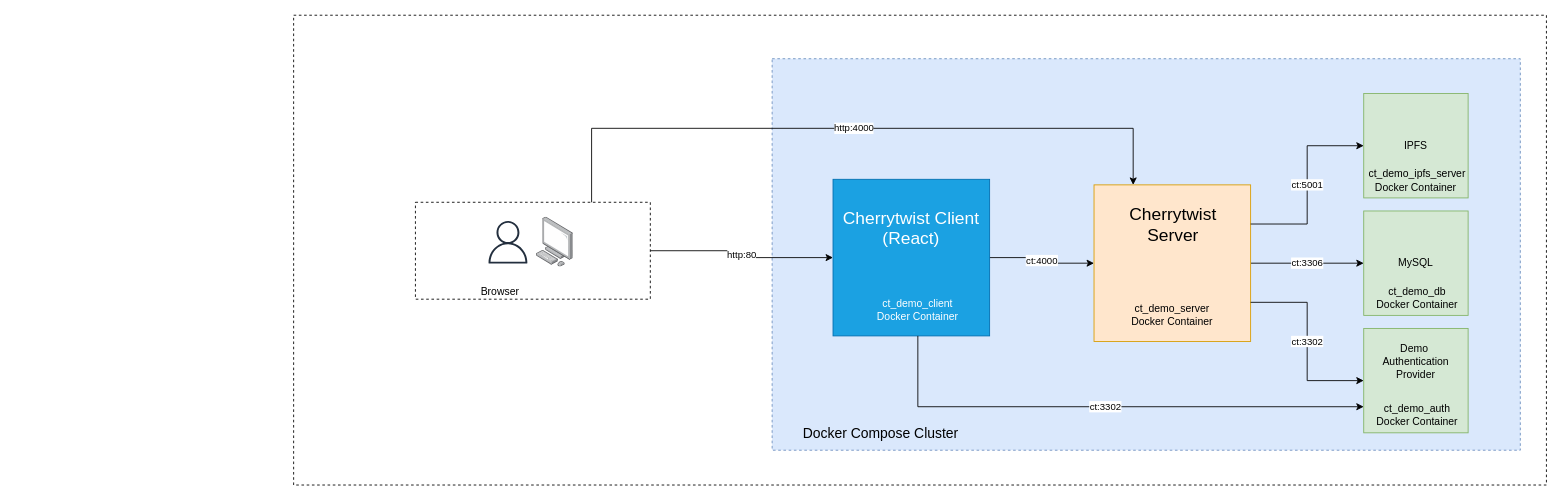
alkem-io/demo keeps this draw.io diagram as docs/diagrams/ComponentDiagram.drawio. Above is the earlier version. Source tidied: cells renumbered, new cells numbered last; positions are measured from the earlier drawing's top-left corner, leaving out a move shared by most shapes. Both pictures are drawn from the tidied source at 87%, with x=0, y=0 at pixel (293, 15).
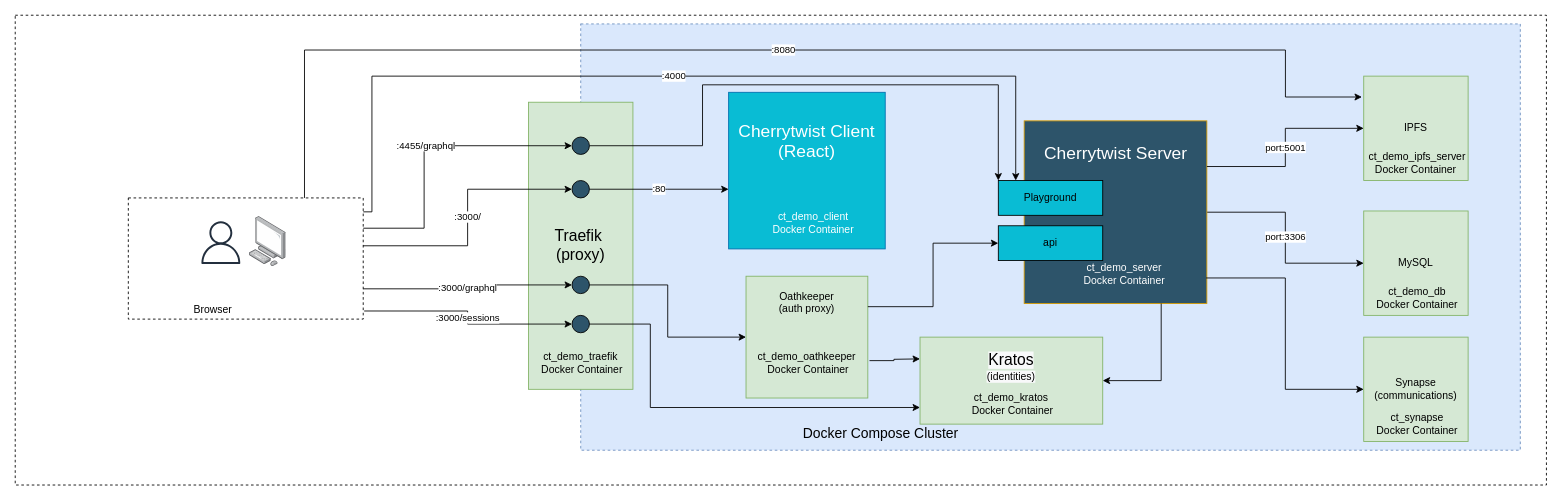
After the change.

Commit message (it also covers changes not shown here):
updated diagram overview of cluster; set timezone on traefik

The change refers to these unchanged cells:
```xml
<mxCell id="6" value="MySQL" style="whiteSpace=wrap;html=1;fillColor=#d5e8d4;strokeColor=#82b366;" parent="5" vertex="1">
  <mxGeometry width="120" height="120" as="geometry" />
</mxCell>
<mxCell id="22" value="IPFS" style="whiteSpace=wrap;html=1;fillColor=#d5e8d4;strokeColor=#82b366;" parent="21" vertex="1">
  <mxGeometry width="120" height="120" as="geometry" />
</mxCell>
<mxCell id="26" style="group;" parent="25" vertex="1">
  <mxGeometry x="30" y="-21.4" width="200" height="180" as="geometry" />
</mxCell>
<mxCell id="28" value="&lt;font color=&quot;#ffffff&quot;&gt;ct_demo_client&lt;br&gt;Docker Container&lt;/font&gt;" style="text;html=1;strokeColor=none;fillColor=none;align=center;verticalAlign=middle;whiteSpace=wrap;rounded=0;dashed=1;" parent="26" vertex="1">
  <mxGeometry y="120" width="195" height="60" as="geometry" />
</mxCell>
```

Change to the diagram source:
```diff
@@
     <mxCell id="2" style="rounded=0;whiteSpace=wrap;html=1;dashed=1;" parent="1" vertex="1">
-      <mxGeometry width="1440" height="540" as="geometry" />
+      <mxGeometry x="-320" width="1760" height="540" as="geometry" />
     </mxCell>
     <mxCell id="3" style="rounded=0;whiteSpace=wrap;html=1;dashed=1;fillColor=#dae8fc;strokeColor=#6c8ebf;" parent="1" vertex="1">
-      <mxGeometry x="550" y="50" width="860" height="450" as="geometry" />
+      <mxGeometry x="330" y="10" width="1080" height="490" as="geometry" />
     </mxCell>
+    <mxCell id="38" value="&lt;font style=&quot;font-size: 18px&quot;&gt;Traefik&amp;nbsp;&lt;br&gt;(proxy)&lt;/font&gt;" style="rounded=0;whiteSpace=wrap;html=1;strokeColor=#82b366;fillColor=#D5E8D4;" parent="1" vertex="1">
+      <mxGeometry x="270" y="100" width="120" height="330" as="geometry" />
+    </mxCell>
-    <mxCell id="4" value="ct:3306" style="edgeStyle=orthogonalEdgeStyle;rounded=0;jettySize=auto;html=1;" parent="1" edge="1" source="10" target="6">
+    <mxCell id="4" value="port:3306" style="edgeStyle=orthogonalEdgeStyle;rounded=0;jettySize=auto;html=1;" parent="1" edge="1" source="10" target="6">
       <mxGeometry relative="1" as="geometry" />
     </mxCell>
@@
     <mxCell id="8" style="group;" parent="1" vertex="1">
-      <mxGeometry x="920" y="195" width="190" height="180" as="geometry" />
+      <mxGeometry x="850" y="121.4" width="210" height="228.6" as="geometry" />
     </mxCell>
     <mxCell id="9" style="group;" parent="8" vertex="1">
-      <mxGeometry width="190" height="180" as="geometry" />
+      <mxGeometry width="210" height="228.6" as="geometry" />
     </mxCell>
-    <mxCell id="10" style="whiteSpace=wrap;html=1;fillColor=#ffe6cc;strokeColor=#d79b00;" parent="9" vertex="1">
-      <mxGeometry width="180" height="180" as="geometry" />
+    <mxCell id="10" style="whiteSpace=wrap;html=1;strokeColor=#d79b00;fillColor=#2d546a;" parent="9" vertex="1">
+      <mxGeometry x="-10.3" width="210" height="210" as="geometry" />
     </mxCell>
-    <mxCell id="11" value="ct_demo_server&lt;br&gt;Docker Container" style="text;html=1;strokeColor=none;fillColor=none;align=center;verticalAlign=middle;whiteSpace=wrap;rounded=0;dashed=1;" parent="9" vertex="1">
-      <mxGeometry x="30" y="130" width="120" height="40" as="geometry" />
+    <mxCell id="11" value="&lt;font color=&quot;#ffffff&quot;&gt;ct_demo_server&lt;br&gt;Docker Container&lt;/font&gt;" style="text;html=1;strokeColor=none;fillColor=none;align=center;verticalAlign=middle;whiteSpace=wrap;rounded=0;dashed=1;" parent="9" vertex="1">
+      <mxGeometry x="41.8" y="150" width="126.3" height="50.8" as="geometry" />
     </mxCell>
-    <mxCell id="12" value="&lt;div style=&quot;text-align: center&quot;&gt;&lt;span style=&quot;font-size: 20px ; font-family: &amp;#34;helvetica&amp;#34;&quot;&gt;Cherrytwist Server&lt;/span&gt;&lt;/div&gt;" style="text;whiteSpace=wrap;html=1;" parent="9" vertex="1">
-      <mxGeometry x="10" y="15" width="160" height="80" as="geometry" />
+    <mxCell id="12" value="&lt;div style=&quot;text-align: center&quot;&gt;&lt;span style=&quot;font-size: 20px ; font-family: &amp;#34;helvetica&amp;#34;&quot;&gt;&lt;font color=&quot;#ffffff&quot;&gt;Cherrytwist Server&lt;/font&gt;&lt;/span&gt;&lt;/div&gt;" style="text;whiteSpace=wrap;html=1;" parent="9" vertex="1">
+      <mxGeometry x="10.5" y="19" width="168.4" height="101.6" as="geometry" />
     </mxCell>
-    <mxCell id="13" value="ct:4000" style="edgeStyle=orthogonalEdgeStyle;rounded=0;jettySize=auto;html=1;entryX=0;entryY=0.5;entryDx=0;entryDy=0;exitX=1;exitY=0.5;exitDx=0;exitDy=0;" parent="1" edge="1" source="27" target="10">
-      <mxGeometry relative="1" as="geometry" />
-    </mxCell>
+    <mxCell id="39" value="Playground" style="rounded=0;whiteSpace=wrap;html=1;gradientColor=none;align=center;fillColor=#09BCD4;" parent="9" vertex="1">
+      <mxGeometry x="-40" y="68.6" width="120" height="40" as="geometry" />
+    </mxCell>
+    <mxCell id="40" value="api" style="rounded=0;whiteSpace=wrap;html=1;gradientColor=none;align=center;fillColor=#09BCD4;" parent="9" vertex="1">
+      <mxGeometry x="-40" y="120.6" width="120" height="40" as="geometry" />
+    </mxCell>
     <mxCell id="14" style="group;" parent="1" vertex="1">
-      <mxGeometry x="140" y="215" width="270" height="120" as="geometry" />
+      <mxGeometry x="-190" y="210" width="270" height="150" as="geometry" />
     </mxCell>
     <mxCell id="15" style="rounded=0;whiteSpace=wrap;html=1;dashed=1;" parent="14" vertex="1">
-      <mxGeometry width="270" height="111.4" as="geometry" />
+      <mxGeometry width="270" height="139.3" as="geometry" />
     </mxCell>
     <mxCell id="16" style="group;" parent="14" vertex="1">
-      <mxGeometry x="81.8" y="17.1" width="155.5" height="102.9" as="geometry" />
+      <mxGeometry x="81.8" y="21.4" width="155.5" height="128.6" as="geometry" />
     </mxCell>
     <mxCell id="17" style="fontColor=#232F3E;gradientColor=none;fillColor=#232F3E;strokeColor=none;dashed=0;verticalLabelPosition=bottom;verticalAlign=top;align=center;html=1;fontSize=12;fontStyle=0;shape=mxgraph.aws4.user;" parent="16" vertex="1">
-      <mxGeometry y="4.3" width="49.1" height="49.1" as="geometry" />
+      <mxGeometry y="5.4" width="49.1" height="49.1" as="geometry" />
     </mxCell>
@@
     <mxCell id="19" value="Browser" style="text;html=1;strokeColor=none;fillColor=none;align=center;verticalAlign=middle;whiteSpace=wrap;rounded=0;dashed=1;" parent="14" vertex="1">
-      <mxGeometry x="-8.2" y="85.7" width="211.4" height="34.3" as="geometry" />
+      <mxGeometry x="-8.2" y="107.1" width="211.4" height="42.9" as="geometry" />
     </mxCell>
-    <mxCell id="20" value="http:80" style="edgeStyle=orthogonalEdgeStyle;rounded=0;jettySize=auto;html=1;exitX=1;exitY=0.5;exitDx=0;exitDy=0;" parent="1" edge="1" source="15" target="27">
-      <mxGeometry relative="1" as="geometry" />
-    </mxCell>
     <mxCell id="21" style="group;" parent="1" vertex="1">
-      <mxGeometry x="1230" y="90" width="120" height="120" as="geometry" />
+      <mxGeometry x="1230" y="70" width="120" height="120" as="geometry" />
     </mxCell>
@@
-    <mxCell id="24" value="ct:5001" style="edgeStyle=orthogonalEdgeStyle;rounded=0;jettySize=auto;html=1;entryX=0;entryY=0.5;entryDx=0;entryDy=0;exitX=1;exitY=0.25;exitDx=0;exitDy=0;" parent="1" edge="1" source="10" target="22">
+    <mxCell id="24" value="port:5001" style="edgeStyle=orthogonalEdgeStyle;rounded=0;jettySize=auto;html=1;entryX=0;entryY=0.5;entryDx=0;entryDy=0;exitX=1;exitY=0.25;exitDx=0;exitDy=0;" parent="1" edge="1" source="10" target="22">
       <mxGeometry relative="1" as="geometry" />
     </mxCell>
     <mxCell id="25" style="group;" parent="1" vertex="1">
-      <mxGeometry x="590" y="210" width="240" height="180" as="geometry" />
+      <mxGeometry x="470" y="110" width="240" height="180" as="geometry" />
     </mxCell>
@@
-    <mxCell id="27" style="whiteSpace=wrap;html=1;fillColor=#1ba1e2;strokeColor=#006EAF;fontColor=#ffffff;" parent="26" vertex="1">
+    <mxCell id="27" style="whiteSpace=wrap;html=1;strokeColor=#006EAF;fontColor=#ffffff;fillColor=#09bcd4;" parent="26" vertex="1">
       <mxGeometry width="180" height="180" as="geometry" />
     </mxCell>
@@
-    <mxCell id="31" value="http:4000" style="edgeStyle=orthogonalEdgeStyle;rounded=0;jettySize=auto;html=1;exitX=0.75;exitY=0;exitDx=0;exitDy=0;entryX=0.25;entryY=0;entryDx=0;entryDy=0;" parent="1" edge="1" source="15" target="10">
+    <mxCell id="31" value=":4000" style="edgeStyle=orthogonalEdgeStyle;rounded=0;jettySize=auto;html=1;" parent="1" edge="1" source="15">
       <mxGeometry relative="1" as="geometry">
+        <mxPoint x="830" y="190" as="targetPoint" />
         <Array as="points">
-          <mxPoint x="343" y="130" />
-          <mxPoint x="965" y="130" />
+          <mxPoint x="90" y="226" />
+          <mxPoint x="90" y="70" />
+          <mxPoint x="830" y="70" />
+          <mxPoint x="830" y="190" />
         </Array>
       </mxGeometry>
     </mxCell>
     <mxCell id="32" style="group;" parent="1" vertex="1">
-      <mxGeometry x="1230" y="360" width="130" height="120" as="geometry" />
+      <mxGeometry x="530" y="300" width="130" height="140" as="geometry" />
     </mxCell>
     <mxCell id="33" style="whiteSpace=wrap;html=1;fillColor=#d5e8d4;strokeColor=#82b366;" parent="32" vertex="1">
-      <mxGeometry width="120" height="120" as="geometry" />
+      <mxGeometry x="-10" width="140" height="140" as="geometry" />
     </mxCell>
-    <mxCell id="34" value="&amp;nbsp;ct_demo_auth&lt;br&gt;&amp;nbsp;Docker Container" style="text;html=1;strokeColor=none;fillColor=none;align=center;verticalAlign=middle;whiteSpace=wrap;rounded=0;dashed=1;" parent="32" vertex="1">
+    <mxCell id="34" value="ct_demo_oathkeeper&lt;br&gt;&amp;nbsp;Docker Container" style="text;html=1;strokeColor=none;fillColor=none;align=center;verticalAlign=middle;whiteSpace=wrap;rounded=0;dashed=1;" parent="32" vertex="1">
       <mxGeometry y="80" width="120" height="40" as="geometry" />
     </mxCell>
-    <mxCell id="35" value="&lt;span style=&quot;color: rgb(0 , 0 , 0) ; font-family: &amp;#34;helvetica&amp;#34; ; font-size: 12px ; font-style: normal ; font-weight: 400 ; letter-spacing: normal ; text-indent: 0px ; text-transform: none ; word-spacing: 0px ; display: inline ; float: none&quot;&gt;Demo&amp;nbsp;&lt;/span&gt;&lt;br style=&quot;color: rgb(0 , 0 , 0) ; font-family: &amp;#34;helvetica&amp;#34; ; font-size: 12px ; font-style: normal ; font-weight: 400 ; letter-spacing: normal ; text-indent: 0px ; text-transform: none ; word-spacing: 0px&quot;&gt;&lt;span style=&quot;color: rgb(0 , 0 , 0) ; font-family: &amp;#34;helvetica&amp;#34; ; font-size: 12px ; font-style: normal ; font-weight: 400 ; letter-spacing: normal ; text-indent: 0px ; text-transform: none ; word-spacing: 0px ; display: inline ; float: none&quot;&gt;Authentication&lt;/span&gt;&lt;br style=&quot;color: rgb(0 , 0 , 0) ; font-family: &amp;#34;helvetica&amp;#34; ; font-size: 12px ; font-style: normal ; font-weight: 400 ; letter-spacing: normal ; text-indent: 0px ; text-transform: none ; word-spacing: 0px&quot;&gt;&lt;span style=&quot;color: rgb(0 , 0 , 0) ; font-family: &amp;#34;helvetica&amp;#34; ; font-size: 12px ; font-style: normal ; font-weight: 400 ; letter-spacing: normal ; text-indent: 0px ; text-transform: none ; word-spacing: 0px ; display: inline ; float: none&quot;&gt;Provider&lt;/span&gt;" style="text;whiteSpace=wrap;html=1;align=center;" parent="32" vertex="1">
+    <mxCell id="35" value="&lt;font face=&quot;helvetica&quot;&gt;Oathkeeper&lt;br&gt;(auth proxy)&lt;br&gt;&lt;/font&gt;" style="text;whiteSpace=wrap;html=1;align=center;" parent="32" vertex="1">
       <mxGeometry x="10" y="10" width="100" height="60" as="geometry" />
     </mxCell>
-    <mxCell id="36" value="ct:3302" style="edgeStyle=orthogonalEdgeStyle;rounded=0;jettySize=auto;html=1;exitX=1;exitY=0.75;exitDx=0;exitDy=0;" parent="1" edge="1" source="10" target="33">
-      <mxGeometry relative="1" as="geometry" />
-    </mxCell>
-    <mxCell id="37" value="ct:3302" style="edgeStyle=orthogonalEdgeStyle;rounded=0;jettySize=auto;html=1;exitX=0.5;exitY=1;exitDx=0;exitDy=0;entryX=0;entryY=0.25;entryDx=0;entryDy=0;" parent="1" edge="1" source="28" target="34">
-      <mxGeometry relative="1" as="geometry" />
-    </mxCell>
+    <mxCell id="41" value=":80" style="edgeStyle=orthogonalEdgeStyle;rounded=0;jettySize=auto;html=1;exitX=1;exitY=0.5;exitDx=0;exitDy=0;" parent="1" edge="1" source="44" target="27">
+      <mxGeometry relative="1" as="geometry">
+        <Array as="points">
+          <mxPoint x="430" y="200" />
+          <mxPoint x="430" y="200" />
+        </Array>
+      </mxGeometry>
+    </mxCell>
+    <mxCell id="42" style="edgeStyle=orthogonalEdgeStyle;rounded=0;jettySize=auto;html=1;exitX=1.014;exitY=0.693;exitDx=0;exitDy=0;entryX=0;entryY=0.5;entryDx=0;entryDy=0;exitPerimeter=0;" parent="1" edge="1" source="33">
+      <mxGeometry relative="1" as="geometry">
+        <mxPoint x="720" y="395" as="targetPoint" />
+      </mxGeometry>
+    </mxCell>
+    <mxCell id="43" value=":3000/graphql" style="edgeStyle=orthogonalEdgeStyle;rounded=0;jettySize=auto;html=1;entryX=0;entryY=0.5;entryDx=0;entryDy=0;exitX=1;exitY=0.75;exitDx=0;exitDy=0;" parent="1" edge="1" source="15" target="46">
+      <mxGeometry relative="1" as="geometry" />
+    </mxCell>
+    <mxCell id="44" style="ellipse;whiteSpace=wrap;html=1;fillColor=#2d546a;" parent="1" vertex="1">
+      <mxGeometry x="320" y="190" width="20" height="20" as="geometry" />
+    </mxCell>
+    <mxCell id="20" value=":3000/" style="edgeStyle=orthogonalEdgeStyle;rounded=0;jettySize=auto;html=1;exitX=1;exitY=0.395;exitDx=0;exitDy=0;exitPerimeter=0;" parent="1" edge="1" source="15" target="44">
+      <mxGeometry relative="1" as="geometry" />
+    </mxCell>
+    <mxCell id="45" style="edgeStyle=orthogonalEdgeStyle;rounded=0;jettySize=auto;html=1;entryX=0;entryY=0.5;entryDx=0;entryDy=0;" parent="1" edge="1" source="46" target="33">
+      <mxGeometry relative="1" as="geometry" />
+    </mxCell>
+    <mxCell id="46" style="ellipse;whiteSpace=wrap;html=1;fillColor=#2d546a;" parent="1" vertex="1">
+      <mxGeometry x="320" y="300" width="20" height="20" as="geometry" />
+    </mxCell>
+    <mxCell id="47" style="group;" parent="1" vertex="1">
+      <mxGeometry x="720" y="350" width="210" height="120" as="geometry" />
+    </mxCell>
+    <mxCell id="48" style="rounded=0;whiteSpace=wrap;html=1;strokeColor=#82b366;fillColor=#D5E8D4;" parent="47" vertex="1">
+      <mxGeometry y="20" width="210" height="100" as="geometry" />
+    </mxCell>
+    <mxCell id="49" value="ct_demo_kratos&lt;br&gt;&amp;nbsp;Docker Container" style="text;html=1;strokeColor=none;fillColor=none;align=center;verticalAlign=middle;whiteSpace=wrap;rounded=0;dashed=1;" parent="47" vertex="1">
+      <mxGeometry y="90" width="210" height="14.5" as="geometry" />
+    </mxCell>
+    <mxCell id="50" value="&lt;span style=&quot;color: rgb(0, 0, 0); font-family: helvetica; font-style: normal; font-weight: 400; letter-spacing: normal; text-indent: 0px; text-transform: none; word-spacing: 0px; background-color: rgb(248, 249, 250); font-size: 18px;&quot;&gt;Kratos&lt;br&gt;&lt;/span&gt;&lt;span style=&quot;color: rgb(0, 0, 0); font-family: helvetica; font-size: 12px; font-style: normal; font-weight: 400; letter-spacing: normal; text-indent: 0px; text-transform: none; word-spacing: 0px; background-color: rgb(248, 249, 250); display: inline; float: none;&quot;&gt;(identities)&lt;/span&gt;" style="text;whiteSpace=wrap;html=1;align=center;" parent="47" vertex="1">
+      <mxGeometry x="65" y="30" width="80" height="50" as="geometry" />
+    </mxCell>
+    <mxCell id="51" value="ct_demo_traefik&lt;br&gt;&amp;nbsp;Docker Container" style="text;html=1;strokeColor=none;fillColor=none;align=center;verticalAlign=middle;whiteSpace=wrap;rounded=0;dashed=1;" parent="1" vertex="1">
+      <mxGeometry x="270" y="380" width="120" height="40" as="geometry" />
+    </mxCell>
+    <mxCell id="52" style="edgeStyle=orthogonalEdgeStyle;rounded=0;jettySize=auto;html=1;entryX=0;entryY=0.5;entryDx=0;entryDy=0;exitX=1;exitY=0.25;exitDx=0;exitDy=0;" parent="1" edge="1" source="33" target="40">
+      <mxGeometry relative="1" as="geometry" />
+    </mxCell>
+    <mxCell id="53" style="edgeStyle=orthogonalEdgeStyle;rounded=0;jettySize=auto;html=1;entryX=1;entryY=0.5;entryDx=0;entryDy=0;exitX=0.75;exitY=1;exitDx=0;exitDy=0;" parent="1" edge="1" source="10" target="48">
+      <mxGeometry relative="1" as="geometry" />
+    </mxCell>
+    <mxCell id="54" style="group;" parent="1" vertex="1">
+      <mxGeometry x="1230" y="370" width="120" height="120" as="geometry" />
+    </mxCell>
+    <mxCell id="55" value="Synapse&lt;br&gt;(communications)" style="whiteSpace=wrap;html=1;fillColor=#d5e8d4;strokeColor=#82b366;" parent="54" vertex="1">
+      <mxGeometry width="120" height="120" as="geometry" />
+    </mxCell>
+    <mxCell id="56" value="&amp;nbsp;ct_synapse&lt;br&gt;&amp;nbsp;Docker Container" style="text;html=1;strokeColor=none;fillColor=none;align=center;verticalAlign=middle;whiteSpace=wrap;rounded=0;dashed=1;" parent="54" vertex="1">
+      <mxGeometry y="80" width="120" height="40" as="geometry" />
+    </mxCell>
+    <mxCell id="57" style="edgeStyle=orthogonalEdgeStyle;rounded=0;jettySize=auto;html=1;exitX=0.996;exitY=0.86;exitDx=0;exitDy=0;exitPerimeter=0;entryX=0;entryY=0.5;entryDx=0;entryDy=0;" parent="1" edge="1" source="10" target="55">
+      <mxGeometry relative="1" as="geometry" />
+    </mxCell>
+    <mxCell id="58" value=":3000/sessions" style="edgeStyle=orthogonalEdgeStyle;rounded=0;jettySize=auto;html=1;entryX=0;entryY=0.5;entryDx=0;entryDy=0;exitX=1.004;exitY=0.933;exitDx=0;exitDy=0;exitPerimeter=0;" parent="1" edge="1" source="15" target="59">
+      <mxGeometry relative="1" as="geometry" />
+    </mxCell>
+    <mxCell id="59" style="ellipse;whiteSpace=wrap;html=1;fillColor=#2d546a;" parent="1" vertex="1">
+      <mxGeometry x="320" y="345" width="20" height="20" as="geometry" />
+    </mxCell>
+    <mxCell id="60" style="edgeStyle=orthogonalEdgeStyle;rounded=0;jettySize=auto;html=1;entryX=0;entryY=0.75;entryDx=0;entryDy=0;exitX=1;exitY=0.5;exitDx=0;exitDy=0;" parent="1" edge="1" source="59" target="49">
+      <mxGeometry relative="1" as="geometry">
+        <Array as="points">
+          <mxPoint x="410" y="355" />
+          <mxPoint x="410" y="451" />
+        </Array>
+      </mxGeometry>
+    </mxCell>
+    <mxCell id="61" style="edgeStyle=orthogonalEdgeStyle;rounded=0;jettySize=auto;html=1;" parent="1" edge="1" source="62" target="39">
+      <mxGeometry relative="1" as="geometry">
+        <Array as="points">
+          <mxPoint x="470" y="150" />
+          <mxPoint x="470" y="80" />
+          <mxPoint x="810" y="80" />
+        </Array>
+      </mxGeometry>
+    </mxCell>
+    <mxCell id="62" style="ellipse;whiteSpace=wrap;html=1;fillColor=#2d546a;" parent="1" vertex="1">
+      <mxGeometry x="320" y="140" width="20" height="20" as="geometry" />
+    </mxCell>
+    <mxCell id="63" value=":4455/graphql" style="edgeStyle=orthogonalEdgeStyle;rounded=0;jettySize=auto;html=1;exitX=1;exitY=0.25;exitDx=0;exitDy=0;entryX=0;entryY=0.5;entryDx=0;entryDy=0;" parent="1" edge="1" source="15" target="62">
+      <mxGeometry relative="1" as="geometry">
+        <Array as="points">
+          <mxPoint x="150" y="245" />
+          <mxPoint x="150" y="150" />
+        </Array>
+      </mxGeometry>
+    </mxCell>
+    <mxCell id="64" value=":8080" style="edgeStyle=orthogonalEdgeStyle;rounded=0;jettySize=auto;html=1;exitX=0.75;exitY=0;exitDx=0;exitDy=0;entryX=-0.017;entryY=0.2;entryDx=0;entryDy=0;entryPerimeter=0;" parent="1" edge="1" source="15" target="22">
+      <mxGeometry relative="1" as="geometry">
+        <Array as="points">
+          <mxPoint x="13" y="40" />
+          <mxPoint x="1140" y="40" />
+          <mxPoint x="1140" y="94" />
+        </Array>
+      </mxGeometry>
+    </mxCell>
```
